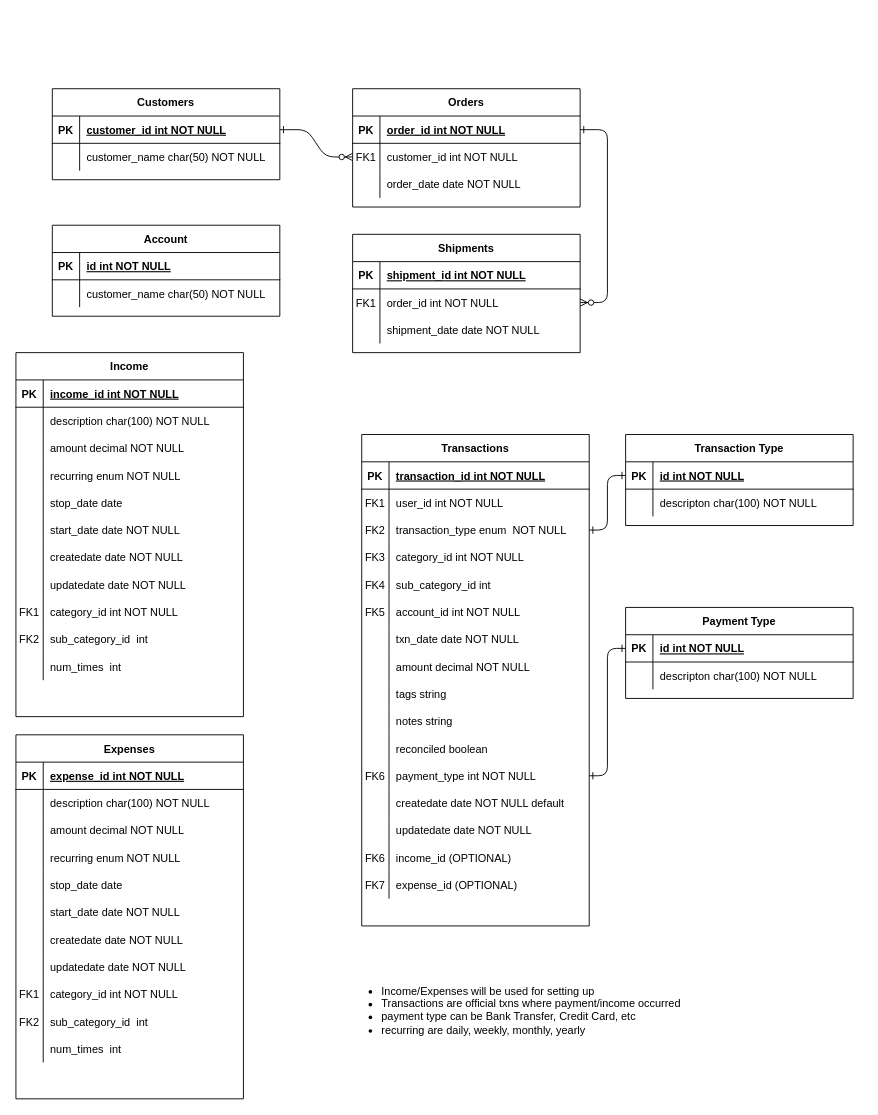
itpreneur/123-Essential-JavaScript-Interview-Questions keeps this draw.io diagram as mockitplace.drawio. Above is the earlier version. Source tidied: cells renumbered, new cells numbered last; positions are measured from the earlier drawing's top-left corner, leaving out a move shared by most shapes. Both pictures are drawn from the tidied source at 91%, with x=0, y=0 at pixel (15, 88).
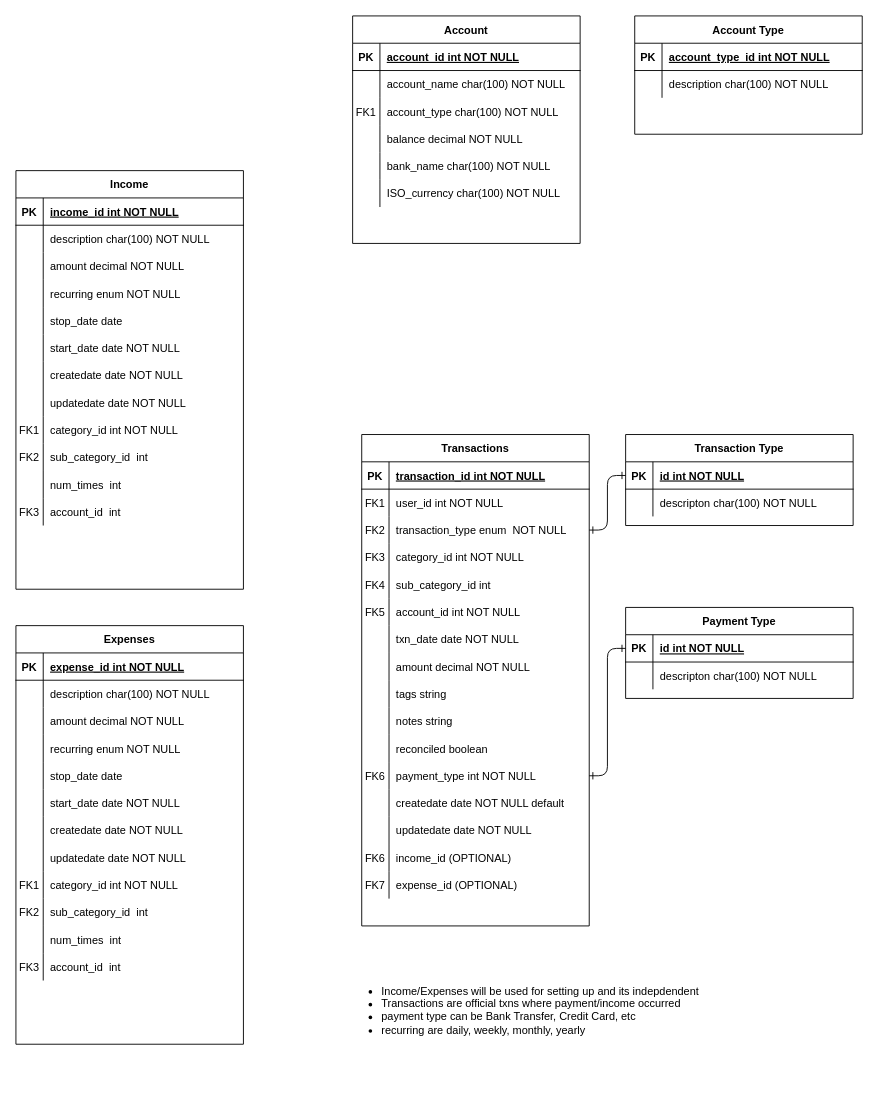
The same page after the edit.

Unchanged cells that the change refers to:
```xml
<mxCell id="81" style="shape=partialRectangle;fillColor=none;top=0;left=0;right=0;bottom=1;" parent="80" vertex="1">
  <mxGeometry y="30" width="250" height="30" as="geometry" />
</mxCell>
<mxCell id="84" style="shape=partialRectangle;fillColor=none;top=0;left=0;right=0;bottom=0;" parent="80" vertex="1">
  <mxGeometry y="60" width="250" height="30" as="geometry" />
</mxCell>
```

The edit, as a diff of the source:
```diff
@@
-    <mxCell id="2" style="edgeStyle=entityRelationEdgeStyle;endArrow=ERzeroToMany;startArrow=ERone;endFill=1;startFill=0;" parent="1" edge="1" source="25" target="8">
-      <mxGeometry relative="1" as="geometry" />
-    </mxCell>
-    <mxCell id="3" style="edgeStyle=entityRelationEdgeStyle;endArrow=ERzeroToMany;startArrow=ERone;endFill=1;startFill=0;" parent="1" edge="1" source="5" target="18">
-      <mxGeometry relative="1" as="geometry" />
-    </mxCell>
-    <mxCell id="4" value="Orders" style="shape=table;startSize=30;childLayout=tableLayout;rowLines=0;fontStyle=1;align=center;" parent="1" vertex="1">
-      <mxGeometry x="370" width="250" height="130" as="geometry" />
-    </mxCell>
-    <mxCell id="5" style="shape=partialRectangle;fillColor=none;points=[[0,0.5],[1,0.5]];portConstraint=eastwest;top=0;left=0;right=0;bottom=1;" parent="4" vertex="1">
-      <mxGeometry y="30" width="250" height="30" as="geometry" />
-    </mxCell>
-    <mxCell id="6" value="PK" style="shape=partialRectangle;overflow=hidden;fillColor=none;top=0;left=0;bottom=0;right=0;fontStyle=1;" parent="5" vertex="1">
-      <mxGeometry width="30" height="30" as="geometry" />
-    </mxCell>
-    <mxCell id="7" value="order_id int NOT NULL " style="shape=partialRectangle;overflow=hidden;fillColor=none;top=0;left=0;bottom=0;right=0;align=left;spacingLeft=6;fontStyle=5;" parent="5" vertex="1">
-      <mxGeometry x="30" width="220" height="30" as="geometry" />
-    </mxCell>
-    <mxCell id="8" style="shape=partialRectangle;fillColor=none;points=[[0,0.5],[1,0.5]];portConstraint=eastwest;top=0;left=0;right=0;bottom=0;" parent="4" vertex="1">
-      <mxGeometry y="60" width="250" height="30" as="geometry" />
-    </mxCell>
-    <mxCell id="9" value="FK1" style="shape=partialRectangle;overflow=hidden;fillColor=none;top=0;left=0;bottom=0;right=0;" parent="8" vertex="1">
-      <mxGeometry width="30" height="30" as="geometry" />
-    </mxCell>
-    <mxCell id="10" value="customer_id int NOT NULL" style="shape=partialRectangle;overflow=hidden;fillColor=none;top=0;left=0;bottom=0;right=0;align=left;spacingLeft=6;" parent="8" vertex="1">
-      <mxGeometry x="30" width="220" height="30" as="geometry" />
-    </mxCell>
-    <mxCell id="11" style="shape=partialRectangle;fillColor=none;top=0;left=0;right=0;bottom=0;" parent="4" vertex="1">
-      <mxGeometry y="90" width="250" height="30" as="geometry" />
-    </mxCell>
-    <mxCell id="12" style="shape=partialRectangle;overflow=hidden;fillColor=none;top=0;left=0;bottom=0;right=0;" parent="11" vertex="1">
-      <mxGeometry width="30" height="30" as="geometry" />
-    </mxCell>
-    <mxCell id="13" value="order_date date NOT NULL" style="shape=partialRectangle;overflow=hidden;fillColor=none;top=0;left=0;bottom=0;right=0;align=left;spacingLeft=6;" parent="11" vertex="1">
-      <mxGeometry x="30" width="220" height="30" as="geometry" />
-    </mxCell>
-    <mxCell id="14" value="Shipments" style="shape=table;startSize=30;childLayout=tableLayout;rowLines=0;fontStyle=1;align=center;" parent="1" vertex="1">
-      <mxGeometry x="370" y="160" width="250" height="130" as="geometry" />
-    </mxCell>
-    <mxCell id="15" style="shape=partialRectangle;fillColor=none;top=0;left=0;right=0;bottom=1;" parent="14" vertex="1">
-      <mxGeometry y="30" width="250" height="30" as="geometry" />
-    </mxCell>
-    <mxCell id="16" value="PK" style="shape=partialRectangle;overflow=hidden;fillColor=none;top=0;left=0;bottom=0;right=0;fontStyle=1;" parent="15" vertex="1">
-      <mxGeometry width="30" height="30" as="geometry" />
-    </mxCell>
-    <mxCell id="17" value="shipment_id int NOT NULL " style="shape=partialRectangle;overflow=hidden;fillColor=none;top=0;left=0;bottom=0;right=0;align=left;spacingLeft=6;fontStyle=5;" parent="15" vertex="1">
-      <mxGeometry x="30" width="220" height="30" as="geometry" />
-    </mxCell>
-    <mxCell id="18" style="shape=partialRectangle;fillColor=none;points=[[0,0.5],[1,0.5]];portConstraint=eastwest;top=0;left=0;right=0;bottom=0;" parent="14" vertex="1">
-      <mxGeometry y="60" width="250" height="30" as="geometry" />
-    </mxCell>
-    <mxCell id="19" value="FK1" style="shape=partialRectangle;overflow=hidden;fillColor=none;top=0;left=0;bottom=0;right=0;" parent="18" vertex="1">
-      <mxGeometry width="30" height="30" as="geometry" />
-    </mxCell>
-    <mxCell id="20" value="order_id int NOT NULL" style="shape=partialRectangle;overflow=hidden;fillColor=none;top=0;left=0;bottom=0;right=0;align=left;spacingLeft=6;" parent="18" vertex="1">
-      <mxGeometry x="30" width="220" height="30" as="geometry" />
-    </mxCell>
-    <mxCell id="21" style="shape=partialRectangle;fillColor=none;top=0;left=0;right=0;bottom=0;" parent="14" vertex="1">
-      <mxGeometry y="90" width="250" height="30" as="geometry" />
-    </mxCell>
-    <mxCell id="22" style="shape=partialRectangle;overflow=hidden;fillColor=none;top=0;left=0;bottom=0;right=0;" parent="21" vertex="1">
-      <mxGeometry width="30" height="30" as="geometry" />
-    </mxCell>
-    <mxCell id="23" value="shipment_date date NOT NULL" style="shape=partialRectangle;overflow=hidden;fillColor=none;top=0;left=0;bottom=0;right=0;align=left;spacingLeft=6;" parent="21" vertex="1">
-      <mxGeometry x="30" width="220" height="30" as="geometry" />
-    </mxCell>
-    <mxCell id="24" value="Customers" style="shape=table;startSize=30;childLayout=tableLayout;rowLines=0;fontStyle=1;align=center;" parent="1" vertex="1">
-      <mxGeometry x="40" width="250" height="100" as="geometry" />
-    </mxCell>
-    <mxCell id="25" style="shape=partialRectangle;fillColor=none;points=[[0,0.5],[1,0.5]];portConstraint=eastwest;top=0;left=0;right=0;bottom=1;" parent="24" vertex="1">
-      <mxGeometry y="30" width="250" height="30" as="geometry" />
-    </mxCell>
-    <mxCell id="26" value="PK" style="shape=partialRectangle;overflow=hidden;fillColor=none;top=0;left=0;bottom=0;right=0;fontStyle=1;" parent="25" vertex="1">
-      <mxGeometry width="30" height="30" as="geometry" />
-    </mxCell>
-    <mxCell id="27" value="customer_id int NOT NULL " style="shape=partialRectangle;overflow=hidden;fillColor=none;top=0;left=0;bottom=0;right=0;align=left;spacingLeft=6;fontStyle=5;" parent="25" vertex="1">
-      <mxGeometry x="30" width="220" height="30" as="geometry" />
-    </mxCell>
-    <mxCell id="28" style="shape=partialRectangle;fillColor=none;top=0;left=0;right=0;bottom=0;" parent="24" vertex="1">
-      <mxGeometry y="60" width="250" height="30" as="geometry" />
-    </mxCell>
-    <mxCell id="29" style="shape=partialRectangle;overflow=hidden;fillColor=none;top=0;left=0;bottom=0;right=0;" parent="28" vertex="1">
-      <mxGeometry width="30" height="30" as="geometry" />
-    </mxCell>
-    <mxCell id="30" value="customer_name char(50) NOT NULL" style="shape=partialRectangle;overflow=hidden;fillColor=none;top=0;left=0;bottom=0;right=0;align=left;spacingLeft=6;" parent="28" vertex="1">
-      <mxGeometry x="30" width="220" height="30" as="geometry" />
-    </mxCell>
@@
     <mxCell id="80" value="Account" style="shape=table;startSize=30;childLayout=tableLayout;rowLines=0;fontStyle=1;align=center;" parent="1" vertex="1">
-      <mxGeometry x="40" y="150" width="250" height="100" as="geometry" />
+      <mxGeometry x="370" y="-80" width="250" height="250" as="geometry" />
     </mxCell>
@@
-    <mxCell id="83" value="id int NOT NULL " style="shape=partialRectangle;overflow=hidden;fillColor=none;top=0;left=0;bottom=0;right=0;align=left;spacingLeft=6;fontStyle=5;" parent="81" vertex="1">
+    <mxCell id="83" value="account_id int NOT NULL " style="shape=partialRectangle;overflow=hidden;fillColor=none;top=0;left=0;bottom=0;right=0;align=left;spacingLeft=6;fontStyle=5;" parent="81" vertex="1">
       <mxGeometry x="30" width="220" height="30" as="geometry" />
     </mxCell>
@@
-    <mxCell id="86" value="customer_name char(50) NOT NULL" style="shape=partialRectangle;overflow=hidden;fillColor=none;top=0;left=0;bottom=0;right=0;align=left;spacingLeft=6;" parent="84" vertex="1">
+    <mxCell id="86" value="account_name char(100) NOT NULL" style="shape=partialRectangle;overflow=hidden;fillColor=none;top=0;left=0;bottom=0;right=0;align=left;spacingLeft=6;" parent="84" vertex="1">
       <mxGeometry x="30" width="220" height="30" as="geometry" />
     </mxCell>
+    <mxCell id="172" style="shape=partialRectangle;fillColor=none;top=0;left=0;right=0;bottom=0;" parent="80" vertex="1">
+      <mxGeometry y="90" width="250" height="30" as="geometry" />
+    </mxCell>
+    <mxCell id="173" value="FK1" style="shape=partialRectangle;overflow=hidden;fillColor=none;top=0;left=0;bottom=0;right=0;" parent="172" vertex="1">
+      <mxGeometry width="30" height="30" as="geometry" />
+    </mxCell>
+    <mxCell id="174" value="account_type char(100) NOT NULL" style="shape=partialRectangle;overflow=hidden;fillColor=none;top=0;left=0;bottom=0;right=0;align=left;spacingLeft=6;" parent="172" vertex="1">
+      <mxGeometry x="30" width="220" height="30" as="geometry" />
+    </mxCell>
+    <mxCell id="175" style="shape=partialRectangle;fillColor=none;top=0;left=0;right=0;bottom=0;" parent="80" vertex="1">
+      <mxGeometry y="120" width="250" height="30" as="geometry" />
+    </mxCell>
+    <mxCell id="176" style="shape=partialRectangle;overflow=hidden;fillColor=none;top=0;left=0;bottom=0;right=0;" parent="175" vertex="1">
+      <mxGeometry width="30" height="30" as="geometry" />
+    </mxCell>
+    <mxCell id="177" value="balance decimal NOT NULL" style="shape=partialRectangle;overflow=hidden;fillColor=none;top=0;left=0;bottom=0;right=0;align=left;spacingLeft=6;" parent="175" vertex="1">
+      <mxGeometry x="30" width="220" height="30" as="geometry" />
+    </mxCell>
+    <mxCell id="178" style="shape=partialRectangle;fillColor=none;top=0;left=0;right=0;bottom=0;" parent="80" vertex="1">
+      <mxGeometry y="150" width="250" height="30" as="geometry" />
+    </mxCell>
+    <mxCell id="179" style="shape=partialRectangle;overflow=hidden;fillColor=none;top=0;left=0;bottom=0;right=0;" parent="178" vertex="1">
+      <mxGeometry width="30" height="30" as="geometry" />
+    </mxCell>
+    <mxCell id="180" value="bank_name char(100) NOT NULL" style="shape=partialRectangle;overflow=hidden;fillColor=none;top=0;left=0;bottom=0;right=0;align=left;spacingLeft=6;" parent="178" vertex="1">
+      <mxGeometry x="30" width="220" height="30" as="geometry" />
+    </mxCell>
+    <mxCell id="181" style="shape=partialRectangle;fillColor=none;top=0;left=0;right=0;bottom=0;" parent="80" vertex="1">
+      <mxGeometry y="180" width="250" height="30" as="geometry" />
+    </mxCell>
+    <mxCell id="182" style="shape=partialRectangle;overflow=hidden;fillColor=none;top=0;left=0;bottom=0;right=0;" parent="181" vertex="1">
+      <mxGeometry width="30" height="30" as="geometry" />
+    </mxCell>
+    <mxCell id="183" value="ISO_currency char(100) NOT NULL" style="shape=partialRectangle;overflow=hidden;fillColor=none;top=0;left=0;bottom=0;right=0;align=left;spacingLeft=6;" parent="181" vertex="1">
+      <mxGeometry x="30" width="220" height="30" as="geometry" />
+    </mxCell>
@@
     <mxCell id="103" value="Income" style="shape=table;startSize=30;childLayout=tableLayout;rowLines=0;fontStyle=1;align=center;" parent="1" vertex="1">
-      <mxGeometry y="290" width="250" height="400" as="geometry" />
+      <mxGeometry y="90" width="250" height="460" as="geometry" />
     </mxCell>
@@
+    <mxCell id="184" style="shape=partialRectangle;fillColor=none;top=0;left=0;right=0;bottom=0;" parent="103" vertex="1">
+      <mxGeometry y="360" width="250" height="30" as="geometry" />
+    </mxCell>
+    <mxCell id="185" value="FK3" style="shape=partialRectangle;overflow=hidden;fillColor=none;top=0;left=0;bottom=0;right=0;" parent="184" vertex="1">
+      <mxGeometry width="30" height="30" as="geometry" />
+    </mxCell>
+    <mxCell id="186" value="account_id  int " style="shape=partialRectangle;overflow=hidden;fillColor=none;top=0;left=0;bottom=0;right=0;align=left;spacingLeft=6;" parent="184" vertex="1">
+      <mxGeometry x="30" width="220" height="30" as="geometry" />
+    </mxCell>
     <mxCell id="137" value="Expenses" style="shape=table;startSize=30;childLayout=tableLayout;rowLines=0;fontStyle=1;align=center;" parent="1" vertex="1">
-      <mxGeometry y="710" width="250" height="400" as="geometry" />
+      <mxGeometry y="590" width="250" height="460" as="geometry" />
     </mxCell>
@@
+    <mxCell id="187" style="shape=partialRectangle;fillColor=none;top=0;left=0;right=0;bottom=0;" parent="137" vertex="1">
+      <mxGeometry y="360" width="250" height="30" as="geometry" />
+    </mxCell>
+    <mxCell id="188" value="FK3" style="shape=partialRectangle;overflow=hidden;fillColor=none;top=0;left=0;bottom=0;right=0;" parent="187" vertex="1">
+      <mxGeometry width="30" height="30" as="geometry" />
+    </mxCell>
+    <mxCell id="189" value="account_id  int " style="shape=partialRectangle;overflow=hidden;fillColor=none;top=0;left=0;bottom=0;right=0;align=left;spacingLeft=6;" parent="187" vertex="1">
+      <mxGeometry x="30" width="220" height="30" as="geometry" />
+    </mxCell>
-    <mxCell id="171" value="&lt;ul&gt;&lt;li&gt;Income/Expenses will be used for setting up&amp;nbsp;&lt;/li&gt;&lt;li&gt;Transactions are official txns where payment/income occurred&lt;/li&gt;&lt;li&gt;payment type can be Bank Transfer, Credit Card, etc&lt;/li&gt;&lt;li&gt;recurring are daily, weekly, monthly, yearly&lt;/li&gt;&lt;/ul&gt;" style="text;strokeColor=none;fillColor=none;html=1;whiteSpace=wrap;verticalAlign=middle;overflow=hidden;" parent="1" vertex="1">
+    <mxCell id="171" value="&lt;ul&gt;&lt;li&gt;Income/Expenses will be used for setting up and its indepdendent&lt;/li&gt;&lt;li&gt;Transactions are official txns where payment/income occurred&lt;/li&gt;&lt;li&gt;payment type can be Bank Transfer, Credit Card, etc&lt;/li&gt;&lt;li&gt;recurring are daily, weekly, monthly, yearly&lt;/li&gt;&lt;/ul&gt;" style="text;strokeColor=none;fillColor=none;html=1;whiteSpace=wrap;verticalAlign=middle;overflow=hidden;" parent="1" vertex="1">
       <mxGeometry x="360" y="970" width="510" height="80" as="geometry" />
     </mxCell>
+    <mxCell id="190" value="Account Type" style="shape=table;startSize=30;childLayout=tableLayout;rowLines=0;fontStyle=1;align=center;" parent="1" vertex="1">
+      <mxGeometry x="680" y="-80" width="250" height="130" as="geometry" />
+    </mxCell>
+    <mxCell id="191" style="shape=partialRectangle;fillColor=none;top=0;left=0;right=0;bottom=1;" parent="190" vertex="1">
+      <mxGeometry y="30" width="250" height="30" as="geometry" />
+    </mxCell>
+    <mxCell id="192" value="PK" style="shape=partialRectangle;overflow=hidden;fillColor=none;top=0;left=0;bottom=0;right=0;fontStyle=1;" parent="191" vertex="1">
+      <mxGeometry width="30" height="30" as="geometry" />
+    </mxCell>
+    <mxCell id="193" value="account_type_id int NOT NULL " style="shape=partialRectangle;overflow=hidden;fillColor=none;top=0;left=0;bottom=0;right=0;align=left;spacingLeft=6;fontStyle=5;" parent="191" vertex="1">
+      <mxGeometry x="30" width="220" height="30" as="geometry" />
+    </mxCell>
+    <mxCell id="194" style="shape=partialRectangle;fillColor=none;top=0;left=0;right=0;bottom=0;" parent="190" vertex="1">
+      <mxGeometry y="60" width="250" height="30" as="geometry" />
+    </mxCell>
+    <mxCell id="195" style="shape=partialRectangle;overflow=hidden;fillColor=none;top=0;left=0;bottom=0;right=0;" parent="194" vertex="1">
+      <mxGeometry width="30" height="30" as="geometry" />
+    </mxCell>
+    <mxCell id="196" value="description char(100) NOT NULL" style="shape=partialRectangle;overflow=hidden;fillColor=none;top=0;left=0;bottom=0;right=0;align=left;spacingLeft=6;" parent="194" vertex="1">
+      <mxGeometry x="30" width="220" height="30" as="geometry" />
+    </mxCell>
```
